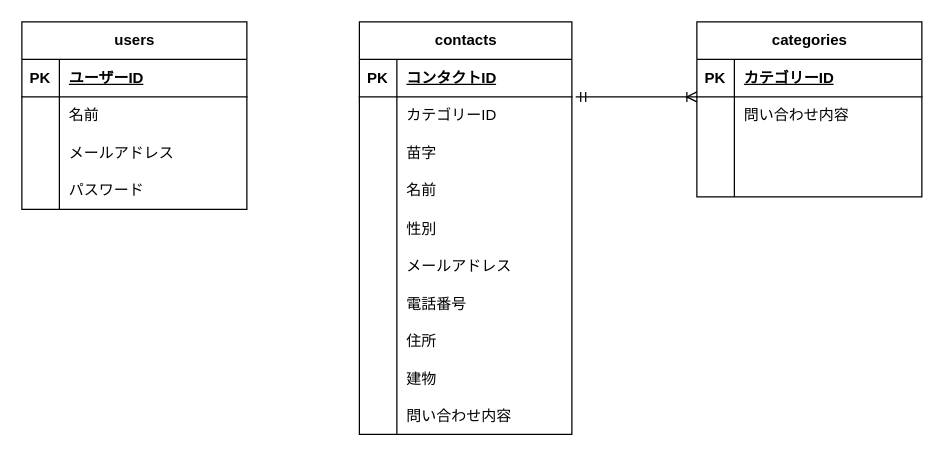
This is confirmation.drawio from hinako-mochizuki/confirmation, a draw.io file, before an edit. Source tidied: cells renumbered, new cells numbered last; positions are measured from the earlier drawing's top-left corner, leaving out a move shared by most shapes. Both pictures are drawn from the tidied source at 125%, with x=0, y=0 at pixel (21, 21).
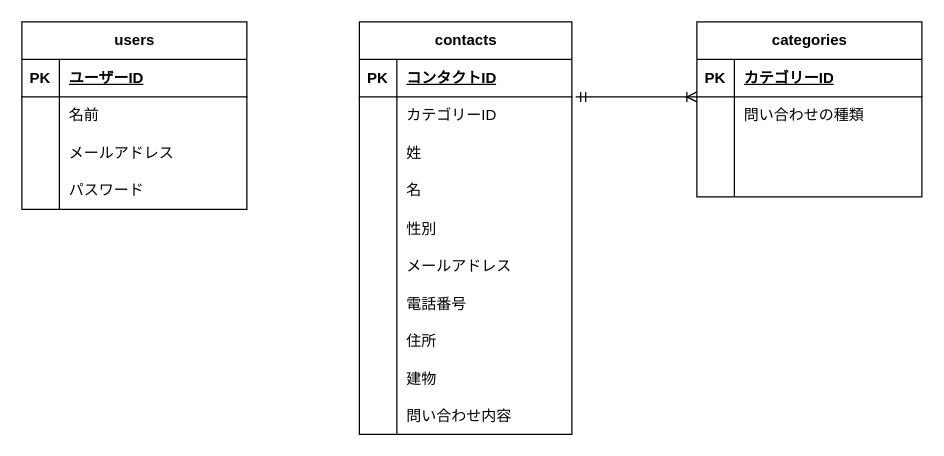
After the change.

Unchanged cells that the change refers to:
```xml
<mxCell id="9" style="shape=tableRow;horizontal=0;startSize=0;swimlaneHead=0;swimlaneBody=0;fillColor=none;top=0;left=0;right=0;bottom=0;" parent="2" vertex="1">
  <mxGeometry y="90" width="170" height="30" as="geometry" />
</mxCell>
<mxCell id="12" style="shape=tableRow;horizontal=0;startSize=0;swimlaneHead=0;swimlaneBody=0;fillColor=none;top=0;left=0;right=0;bottom=0;" parent="2" vertex="1">
  <mxGeometry y="120" width="170" height="30" as="geometry" />
</mxCell>
<mxCell id="37" style="shape=tableRow;horizontal=0;startSize=0;swimlaneHead=0;swimlaneBody=0;fillColor=none;top=0;left=0;right=0;bottom=0;" parent="33" vertex="1">
  <mxGeometry y="60" width="180" height="30" as="geometry" />
</mxCell>
```

The edit, as a diff of the source:
```diff
@@
-    <mxCell id="11" value="苗字" style="shape=partialRectangle;fillColor=none;top=0;left=0;bottom=0;right=0;align=left;spacingLeft=6;overflow=hidden;whiteSpace=wrap;html=1;" parent="9" vertex="1">
+    <mxCell id="11" value="姓" style="shape=partialRectangle;fillColor=none;top=0;left=0;bottom=0;right=0;align=left;spacingLeft=6;overflow=hidden;whiteSpace=wrap;html=1;" parent="9" vertex="1">
       <mxGeometry x="30" width="140" height="30" as="geometry" />
     </mxCell>
@@
-    <mxCell id="14" value="名前" style="shape=partialRectangle;fillColor=none;top=0;left=0;bottom=0;right=0;align=left;spacingLeft=6;overflow=hidden;whiteSpace=wrap;html=1;" parent="12" vertex="1">
+    <mxCell id="14" value="名" style="shape=partialRectangle;fillColor=none;top=0;left=0;bottom=0;right=0;align=left;spacingLeft=6;overflow=hidden;whiteSpace=wrap;html=1;" parent="12" vertex="1">
       <mxGeometry x="30" width="140" height="30" as="geometry" />
     </mxCell>
@@
-    <mxCell id="39" value="問い合わせ内容" style="shape=partialRectangle;fillColor=none;top=0;left=0;bottom=0;right=0;align=left;spacingLeft=6;overflow=hidden;whiteSpace=wrap;html=1;" parent="37" vertex="1">
+    <mxCell id="39" value="問い合わせの種類" style="shape=partialRectangle;fillColor=none;top=0;left=0;bottom=0;right=0;align=left;spacingLeft=6;overflow=hidden;whiteSpace=wrap;html=1;" parent="37" vertex="1">
       <mxGeometry x="30" width="150" height="30" as="geometry" />
     </mxCell>
```
